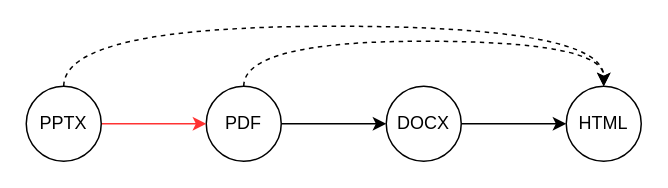
Above: conversion_diagram.drawio in Mortbros/document-merger (draw.io), before the change. Source tidied: cells renumbered, new cells numbered last; positions are measured from the earlier drawing's top-left corner, leaving out a move shared by most shapes. Both pictures are drawn from the tidied source at 150%, with x=0, y=0 at pixel (26, 26).
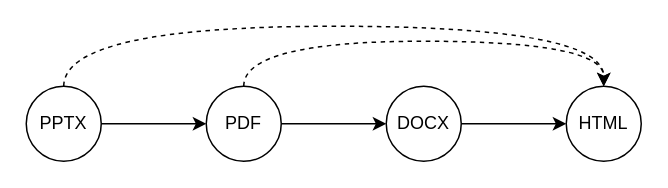
The same diagram, later.

Commit message:
Update conversion_diagram

What changed in the source:
```diff
@@
 <mxGraphModel>
   <root>
     <mxCell id="0" />
     <mxCell id="1" parent="0" />
     <mxCell id="2" style="rounded=0;jettySize=auto;html=1;" parent="1" edge="1" source="4" target="7">
       <mxGeometry relative="1" as="geometry" />
     </mxCell>
     <mxCell id="3" style="edgeStyle=orthogonalEdgeStyle;rounded=0;jettySize=auto;html=1;elbow=vertical;curved=1;dashed=1;" parent="1" edge="1" source="4" target="5">
       <mxGeometry relative="1" as="geometry">
         <Array as="points">
           <mxPoint x="145" y="10" />
           <mxPoint x="385" y="10" />
         </Array>
       </mxGeometry>
     </mxCell>
     <mxCell id="4" value="PDF" style="ellipse;whiteSpace=wrap;html=1;" parent="1" vertex="1">
       <mxGeometry x="120" y="40" width="50" height="50" as="geometry" />
     </mxCell>
     <mxCell id="5" value="HTML" style="ellipse;whiteSpace=wrap;html=1;" parent="1" vertex="1">
       <mxGeometry x="360" y="40" width="50" height="50" as="geometry" />
     </mxCell>
     <mxCell id="6" style="rounded=0;jettySize=auto;html=1;" parent="1" edge="1" source="7" target="5">
       <mxGeometry relative="1" as="geometry" />
     </mxCell>
     <mxCell id="7" value="DOCX" style="ellipse;whiteSpace=wrap;html=1;" parent="1" vertex="1">
       <mxGeometry x="240" y="40" width="50" height="50" as="geometry" />
     </mxCell>
-    <mxCell id="8" style="rounded=0;jettySize=auto;html=1;strokeColor=#FF3333;" parent="1" edge="1" source="10" target="4">
+    <mxCell id="8" style="rounded=0;jettySize=auto;html=1;strokeColor=#000000;" parent="1" edge="1" source="10" target="4">
       <mxGeometry relative="1" as="geometry" />
     </mxCell>
     <mxCell id="9" style="edgeStyle=orthogonalEdgeStyle;curved=1;rounded=0;jettySize=auto;html=1;dashed=1;" parent="1" edge="1" source="10" target="5">
       <mxGeometry relative="1" as="geometry">
         <Array as="points">
           <mxPoint x="25" />
           <mxPoint x="385" />
         </Array>
       </mxGeometry>
     </mxCell>
     <mxCell id="10" value="PPTX" style="ellipse;whiteSpace=wrap;html=1;" parent="1" vertex="1">
       <mxGeometry y="40" width="50" height="50" as="geometry" />
     </mxCell>
   </root>
 </mxGraphModel>
```
